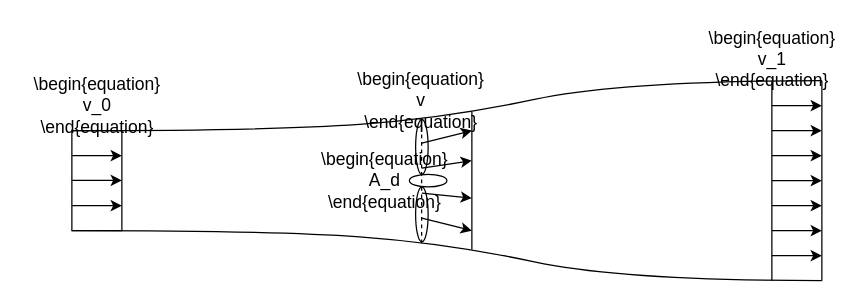
The draw.io diagram Graphics/FlowThroughRotor.drawio in MortMort/CA9_Writings, before the edit. Source tidied: cells renumbered, new cells numbered last; positions are measured from the earlier drawing's top-left corner, leaving out a move shared by most shapes. Both pictures are drawn from the tidied source at 125%, with x=0, y=0 at pixel (21, 21).
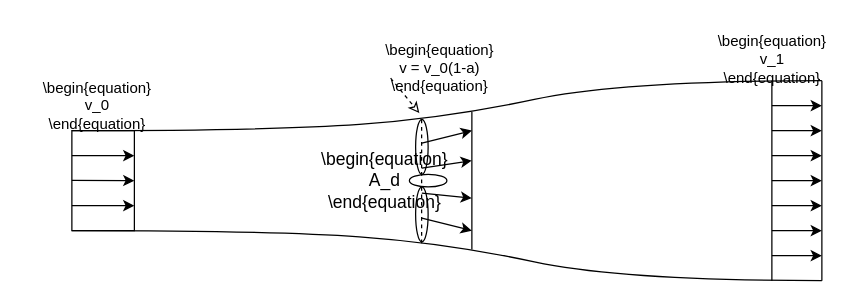
The same page after the edit.

Change to the diagram source:
```diff
@@
     <mxCell id="5" style="rounded=0;whiteSpace=wrap;html=1;fillColor=none;" parent="1" vertex="1">
-      <mxGeometry x="40" y="87" width="40" height="80" as="geometry" />
+      <mxGeometry x="40" y="87" width="50" height="80" as="geometry" />
     </mxCell>
@@
-    <mxCell id="7" style="endArrow=classic;html=1;rounded=0;exitX=0;exitY=0.25;exitDx=0;exitDy=0;entryX=1;entryY=0.25;entryDx=0;entryDy=0;" parent="1" edge="1">
+    <mxCell id="7" style="endArrow=classic;html=1;rounded=0;exitX=0;exitY=0.25;exitDx=0;exitDy=0;entryX=1;entryY=0.5;entryDx=0;entryDy=0;" parent="1" edge="1" target="5">
       <mxGeometry relative="1" as="geometry">
         <mxPoint x="40" y="126.8" as="sourcePoint" />
-        <mxPoint x="80" y="126.8" as="targetPoint" />
       </mxGeometry>
     </mxCell>
-    <mxCell id="8" style="endArrow=classic;html=1;rounded=0;exitX=0;exitY=0.25;exitDx=0;exitDy=0;entryX=1;entryY=0.25;entryDx=0;entryDy=0;" parent="1" edge="1">
+    <mxCell id="8" style="endArrow=classic;html=1;rounded=0;exitX=0;exitY=0.25;exitDx=0;exitDy=0;entryX=1;entryY=0.75;entryDx=0;entryDy=0;" parent="1" edge="1" target="5">
       <mxGeometry relative="1" as="geometry">
         <mxPoint x="40" y="147" as="sourcePoint" />
-        <mxPoint x="80" y="147" as="targetPoint" />
       </mxGeometry>
     </mxCell>
@@
-    <mxCell id="22" value="&lt;font style=&quot;font-size: 14px;&quot;&gt;\begin{equation}&lt;br style=&quot;font-size: 14px;&quot;&gt;v_0&lt;br style=&quot;font-size: 14px;&quot;&gt;\end{equation}&lt;/font&gt;" style="text;html=1;align=center;verticalAlign=middle;strokeColor=none;fillColor=none;" parent="1" vertex="1">
-      <mxGeometry y="37" width="120" height="60" as="geometry" />
+    <mxCell id="22" value="&lt;font style=&quot;font-size: 12px;&quot;&gt;\begin{equation}&lt;br style=&quot;&quot;&gt;v_0&lt;br style=&quot;&quot;&gt;\end{equation}&lt;/font&gt;" style="text;html=1;align=center;verticalAlign=middle;strokeColor=none;fillColor=none;" parent="1" vertex="1">
+      <mxGeometry x="5" y="37" width="110" height="60" as="geometry" />
     </mxCell>
-    <mxCell id="23" value="&lt;font style=&quot;font-size: 14px;&quot;&gt;\begin{equation}&lt;br style=&quot;font-size: 14px;&quot;&gt;v&lt;br style=&quot;font-size: 14px;&quot;&gt;\end{equation}&lt;/font&gt;" style="text;html=1;align=center;verticalAlign=middle;strokeColor=none;fillColor=none;" parent="1" vertex="1">
-      <mxGeometry x="259" y="33" width="120" height="60" as="geometry" />
+    <mxCell id="23" value="&lt;font style=&quot;font-size: 12px;&quot;&gt;\begin{equation}&lt;br style=&quot;&quot;&gt;v = v_0(1-a)&lt;br style=&quot;&quot;&gt;\end{equation}&lt;/font&gt;" style="text;html=1;align=center;verticalAlign=middle;strokeColor=none;fillColor=none;" parent="1" vertex="1">
+      <mxGeometry x="279" y="7" width="110" height="60" as="geometry" />
     </mxCell>
-    <mxCell id="24" value="&lt;font style=&quot;font-size: 14px;&quot;&gt;\begin{equation}&lt;br style=&quot;font-size: 14px;&quot;&gt;v_1&lt;br style=&quot;font-size: 14px;&quot;&gt;\end{equation}&lt;/font&gt;" style="text;html=1;align=center;verticalAlign=middle;strokeColor=none;fillColor=none;" parent="1" vertex="1">
-      <mxGeometry x="540" width="120" height="60" as="geometry" />
+    <mxCell id="24" value="&lt;font style=&quot;font-size: 12px;&quot;&gt;\begin{equation}&lt;br style=&quot;&quot;&gt;v_1&lt;br style=&quot;&quot;&gt;\end{equation}&lt;/font&gt;" style="text;html=1;align=center;verticalAlign=middle;strokeColor=none;fillColor=none;" parent="1" vertex="1">
+      <mxGeometry x="545" width="110" height="60" as="geometry" />
     </mxCell>
@@
+    <mxCell id="31" style="endArrow=classic;html=1;rounded=0;dashed=1;endFill=0;" parent="1" edge="1">
+      <mxGeometry relative="1" as="geometry">
+        <mxPoint x="295" y="45" as="sourcePoint" />
+        <mxPoint x="318" y="73" as="targetPoint" />
+      </mxGeometry>
+    </mxCell>
```
